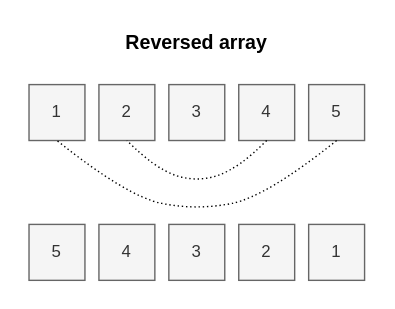
Above: reversed_array/reversed_array.drawio.svg in oleksiivelychko/go-christmass (draw.io), before the change. Source tidied: cells renumbered, new cells last; positions are measured from the earlier drawing's top-left corner, leaving out a move shared by most shapes.
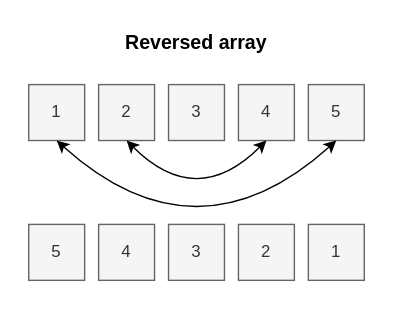
Above is the later version.

Diff of the diagram source:
```diff
@@ -5,53 +5,49 @@
     <mxCell id="2" value="Reversed array" style="text;html=1;strokeColor=none;fillColor=none;align=center;verticalAlign=middle;whiteSpace=wrap;rounded=0;fontSize=14;fontStyle=1;" parent="1" vertex="1">
       <mxGeometry x="66.2" width="107.5" height="20" as="geometry" />
     </mxCell>
-    <mxCell id="3" value="1" style="whiteSpace=wrap;html=1;fillColor=#f5f5f5;fontColor=#333333;strokeColor=#666666;" parent="1" vertex="1">
-      <mxGeometry y="40" width="40" height="40" as="geometry" />
-    </mxCell>
-    <mxCell id="4" value="2" style="whiteSpace=wrap;html=1;fillColor=#f5f5f5;fontColor=#333333;strokeColor=#666666;" parent="1" vertex="1">
-      <mxGeometry x="50" y="40" width="40" height="40" as="geometry" />
-    </mxCell>
-    <mxCell id="5" value="3" style="whiteSpace=wrap;html=1;fillColor=#f5f5f5;fontColor=#333333;strokeColor=#666666;" parent="1" vertex="1">
-      <mxGeometry x="100" y="40" width="40" height="40" as="geometry" />
-    </mxCell>
-    <mxCell id="6" value="4" style="whiteSpace=wrap;html=1;fillColor=#f5f5f5;fontColor=#333333;strokeColor=#666666;" parent="1" vertex="1">
-      <mxGeometry x="150" y="40" width="40" height="40" as="geometry" />
-    </mxCell>
-    <mxCell id="7" value="5" style="whiteSpace=wrap;html=1;fillColor=#f5f5f5;fontColor=#333333;strokeColor=#666666;" parent="1" vertex="1">
-      <mxGeometry x="200" y="40" width="40" height="40" as="geometry" />
-    </mxCell>
-    <mxCell id="8" value="5" style="whiteSpace=wrap;html=1;fillColor=#f5f5f5;fontColor=#333333;strokeColor=#666666;" parent="1" vertex="1">
-      <mxGeometry y="140" width="40" height="40" as="geometry" />
-    </mxCell>
-    <mxCell id="9" value="4" style="whiteSpace=wrap;html=1;fillColor=#f5f5f5;fontColor=#333333;strokeColor=#666666;" parent="1" vertex="1">
-      <mxGeometry x="50" y="140" width="40" height="40" as="geometry" />
-    </mxCell>
-    <mxCell id="10" value="3" style="whiteSpace=wrap;html=1;fillColor=#f5f5f5;fontColor=#333333;strokeColor=#666666;" parent="1" vertex="1">
-      <mxGeometry x="100" y="140" width="40" height="40" as="geometry" />
-    </mxCell>
-    <mxCell id="11" value="2" style="whiteSpace=wrap;html=1;fillColor=#f5f5f5;fontColor=#333333;strokeColor=#666666;" parent="1" vertex="1">
-      <mxGeometry x="150" y="140" width="40" height="40" as="geometry" />
-    </mxCell>
-    <mxCell id="12" value="1" style="whiteSpace=wrap;html=1;fillColor=#f5f5f5;fontColor=#333333;strokeColor=#666666;" parent="1" vertex="1">
-      <mxGeometry x="200" y="140" width="40" height="40" as="geometry" />
-    </mxCell>
-    <mxCell id="13" style="endArrow=none;dashed=1;html=1;entryX=0.5;entryY=1;entryDx=0;entryDy=0;exitX=0.5;exitY=1;exitDx=0;exitDy=0;curved=1;dashPattern=1 2;" parent="1" edge="1" source="6" target="4">
-      <mxGeometry relative="1" as="geometry">
-        <Array as="points">
-          <mxPoint x="150" y="100" />
-          <mxPoint x="120" y="110" />
-          <mxPoint x="90" y="100" />
-        </Array>
-      </mxGeometry>
-    </mxCell>
-    <mxCell id="14" style="endArrow=none;dashed=1;html=1;entryX=0.5;entryY=1;entryDx=0;entryDy=0;exitX=0.5;exitY=1;exitDx=0;exitDy=0;curved=1;dashPattern=1 2;" parent="1" edge="1" source="7" target="3">
-      <mxGeometry relative="1" as="geometry">
-        <Array as="points">
-          <mxPoint x="170" y="120" />
-          <mxPoint x="120" y="130" />
-          <mxPoint x="70" y="120" />
-        </Array>
-      </mxGeometry>
-    </mxCell>
+    <mxCell id="15" value="1" style="whiteSpace=wrap;html=1;fillColor=#f5f5f5;fontColor=#333333;strokeColor=#666666;" parent="1" vertex="1">
+      <mxGeometry y="40" width="40" height="40" as="geometry" />
+    </mxCell>
+    <mxCell id="16" value="2" style="whiteSpace=wrap;html=1;fillColor=#f5f5f5;fontColor=#333333;strokeColor=#666666;" parent="1" vertex="1">
+      <mxGeometry x="50" y="40" width="40" height="40" as="geometry" />
+    </mxCell>
+    <mxCell id="17" value="3" style="whiteSpace=wrap;html=1;fillColor=#f5f5f5;fontColor=#333333;strokeColor=#666666;" parent="1" vertex="1">
+      <mxGeometry x="100" y="40" width="40" height="40" as="geometry" />
+    </mxCell>
+    <mxCell id="18" value="4" style="whiteSpace=wrap;html=1;fillColor=#f5f5f5;fontColor=#333333;strokeColor=#666666;" parent="1" vertex="1">
+      <mxGeometry x="150" y="40" width="40" height="40" as="geometry" />
+    </mxCell>
+    <mxCell id="19" value="5" style="whiteSpace=wrap;html=1;fillColor=#f5f5f5;fontColor=#333333;strokeColor=#666666;" parent="1" vertex="1">
+      <mxGeometry x="200" y="40" width="40" height="40" as="geometry" />
+    </mxCell>
+    <mxCell id="20" value="5" style="whiteSpace=wrap;html=1;fillColor=#f5f5f5;fontColor=#333333;strokeColor=#666666;" parent="1" vertex="1">
+      <mxGeometry y="140" width="40" height="40" as="geometry" />
+    </mxCell>
+    <mxCell id="21" value="4" style="whiteSpace=wrap;html=1;fillColor=#f5f5f5;fontColor=#333333;strokeColor=#666666;" parent="1" vertex="1">
+      <mxGeometry x="50" y="140" width="40" height="40" as="geometry" />
+    </mxCell>
+    <mxCell id="22" value="3" style="whiteSpace=wrap;html=1;fillColor=#f5f5f5;fontColor=#333333;strokeColor=#666666;" parent="1" vertex="1">
+      <mxGeometry x="100" y="140" width="40" height="40" as="geometry" />
+    </mxCell>
+    <mxCell id="23" value="2" style="whiteSpace=wrap;html=1;fillColor=#f5f5f5;fontColor=#333333;strokeColor=#666666;" parent="1" vertex="1">
+      <mxGeometry x="150" y="140" width="40" height="40" as="geometry" />
+    </mxCell>
+    <mxCell id="24" value="1" style="whiteSpace=wrap;html=1;fillColor=#f5f5f5;fontColor=#333333;strokeColor=#666666;" parent="1" vertex="1">
+      <mxGeometry x="200" y="140" width="40" height="40" as="geometry" />
+    </mxCell>
+    <mxCell id="25" style="endArrow=classic;startArrow=classic;html=1;exitX=0.5;exitY=1;exitDx=0;exitDy=0;entryX=0.5;entryY=1;entryDx=0;entryDy=0;curved=1;" parent="1" edge="1" source="16" target="18">
+      <mxGeometry relative="1" as="geometry">
+        <Array as="points">
+          <mxPoint x="120" y="130" />
+        </Array>
+      </mxGeometry>
+    </mxCell>
+    <mxCell id="26" style="endArrow=classic;startArrow=classic;html=1;curved=1;exitX=0.5;exitY=1;exitDx=0;exitDy=0;entryX=0.5;entryY=1;entryDx=0;entryDy=0;" parent="1" edge="1" source="15" target="19">
+      <mxGeometry relative="1" as="geometry">
+        <Array as="points">
+          <mxPoint x="120" y="170" />
+        </Array>
+      </mxGeometry>
+    </mxCell>
   </root>
 </mxGraphModel>
```
